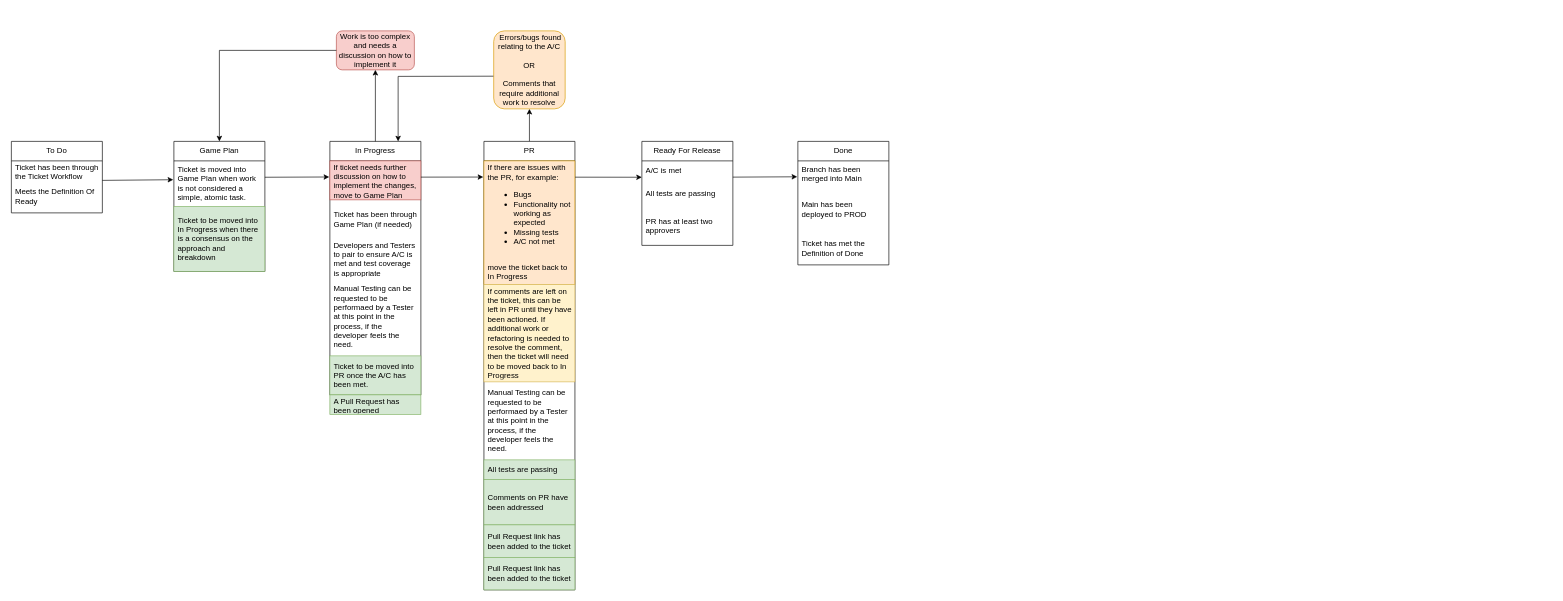
Before: Process Workflow.drawio in EmmaHawkins/test_flows, a draw.io diagram. Source tidied: cells renumbered, new cells numbered last; positions are measured from the earlier drawing's top-left corner, leaving out a move shared by most shapes. Both pictures are drawn from the tidied source at 65%, with x=0, y=0 at pixel (11, 31).
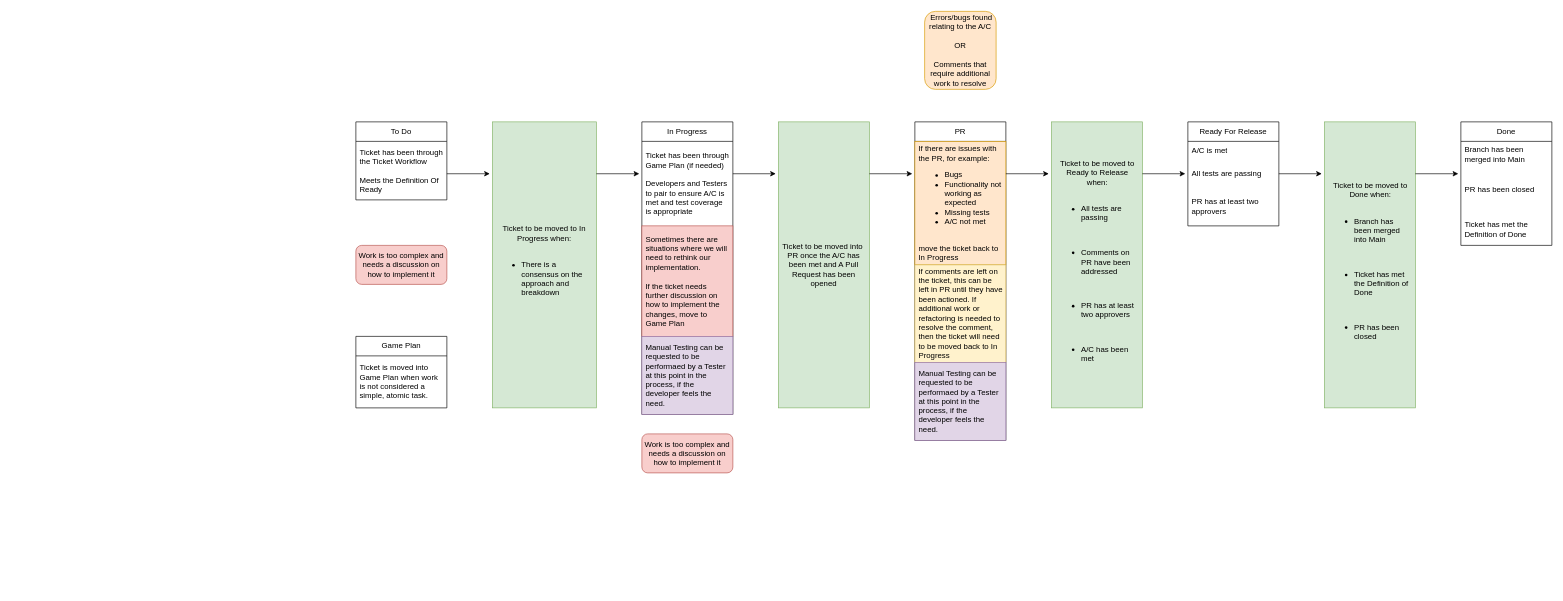
The same diagram, later.

The change refers to these unchanged cells:
```xml
<mxCell id="16" value="&lt;span style=&quot;background-color: initial;&quot;&gt;If there are issues with the PR, for example:&amp;nbsp;&lt;br&gt;&lt;ul&gt;&lt;li&gt;Bugs&lt;/li&gt;&lt;li&gt;Functionality not working as expected&lt;/li&gt;&lt;li&gt;Missing tests&lt;/li&gt;&lt;li&gt;A/C not met&lt;/li&gt;&lt;/ul&gt;&lt;/span&gt;&lt;br&gt;move the ticket back to In Progress" style="text;strokeColor=#d79b00;fillColor=#ffe6cc;align=left;verticalAlign=middle;spacingLeft=4;spacingRight=4;overflow=hidden;points=[[0,0.5],[1,0.5]];portConstraint=eastwest;whiteSpace=wrap;html=1;" parent="15" vertex="1">
  <mxGeometry y="30" width="140" height="190" as="geometry" />
</mxCell>
```

Change to the diagram source:
```diff
@@
     <mxCell id="2" value="To Do" style="swimlane;fontStyle=0;horizontal=1;startSize=30;whiteSpace=wrap;html=1;" parent="1" vertex="1">
-      <mxGeometry y="170" width="140" height="110" as="geometry" />
+      <mxGeometry x="530" y="140" width="140" height="120" as="geometry" />
     </mxCell>
-    <mxCell id="3" value="Ticket has been through the Ticket Workflow" style="text;strokeColor=none;fillColor=none;align=left;verticalAlign=middle;spacingLeft=4;spacingRight=4;overflow=hidden;whiteSpace=wrap;html=1;" parent="2" vertex="1">
-      <mxGeometry y="30" width="140" height="30" as="geometry" />
+    <mxCell id="3" value="Ticket has been through the Ticket Workflow&lt;br&gt;&lt;br&gt;Meets the Definition Of Ready" style="text;strokeColor=none;fillColor=none;align=left;verticalAlign=middle;spacingLeft=4;spacingRight=4;overflow=hidden;whiteSpace=wrap;html=1;" parent="2" vertex="1">
+      <mxGeometry y="30" width="140" height="90" as="geometry" />
     </mxCell>
-    <mxCell id="4" value="Meets the Definition Of Ready" style="text;strokeColor=none;fillColor=none;align=left;verticalAlign=middle;spacingLeft=4;spacingRight=4;overflow=hidden;whiteSpace=wrap;html=1;" parent="2" vertex="1">
-      <mxGeometry y="60" width="140" height="50" as="geometry" />
-    </mxCell>
     <mxCell id="5" value="Game Plan" style="swimlane;fontStyle=0;horizontal=1;startSize=30;whiteSpace=wrap;html=1;" parent="1" vertex="1">
-      <mxGeometry x="250" y="170" width="140" height="200" as="geometry" />
+      <mxGeometry x="530" y="470" width="140" height="110" as="geometry" />
     </mxCell>
     <mxCell id="6" value="Ticket is moved into Game Plan when work is not considered a simple, atomic task." style="text;strokeColor=none;fillColor=none;align=left;verticalAlign=middle;spacingLeft=4;spacingRight=4;overflow=hidden;points=[[0,0.5],[1,0.5]];portConstraint=eastwest;whiteSpace=wrap;html=1;" parent="5" vertex="1">
-      <mxGeometry y="30" width="140" height="70" as="geometry" />
+      <mxGeometry y="30" width="140" height="80" as="geometry" />
     </mxCell>
-    <mxCell id="7" value="Ticket to be moved into In Progress when there is a consensus on the approach and breakdown" style="text;strokeColor=#82b366;fillColor=#d5e8d4;align=left;verticalAlign=middle;spacingLeft=4;spacingRight=4;overflow=hidden;whiteSpace=wrap;html=1;" parent="5" vertex="1">
-      <mxGeometry y="100" width="140" height="100" as="geometry" />
-    </mxCell>
     <mxCell id="8" value="In Progress" style="swimlane;fontStyle=0;horizontal=1;startSize=30;whiteSpace=wrap;html=1;" parent="1" vertex="1">
-      <mxGeometry x="490" y="170" width="140" height="390" as="geometry" />
+      <mxGeometry x="970" y="140" width="140" height="450" as="geometry" />
     </mxCell>
+    <mxCell id="10" value="Ticket has been through Game Plan (if needed)&lt;br&gt;&lt;br&gt;Developers and Testers to pair to ensure A/C is met and test coverage is appropriate" style="text;strokeColor=none;fillColor=none;align=left;verticalAlign=middle;spacingLeft=4;spacingRight=4;overflow=hidden;whiteSpace=wrap;html=1;" parent="8" vertex="1">
+      <mxGeometry y="30" width="140" height="130" as="geometry" />
+    </mxCell>
-    <mxCell id="9" value="If ticket needs further discussion on how to implement the changes, move to Game Plan" style="text;strokeColor=#b85450;fillColor=#f8cecc;align=left;verticalAlign=middle;spacingLeft=4;spacingRight=4;overflow=hidden;whiteSpace=wrap;html=1;" parent="8" vertex="1">
-      <mxGeometry y="30" width="140" height="60" as="geometry" />
+    <mxCell id="9" value="Sometimes there are situations where we will need to rethink our implementation.&lt;br&gt;&lt;br&gt;If the ticket needs further discussion on how to implement the changes, move to Game Plan" style="text;strokeColor=#b85450;fillColor=#f8cecc;align=left;verticalAlign=middle;spacingLeft=4;spacingRight=4;overflow=hidden;whiteSpace=wrap;html=1;" parent="8" vertex="1">
+      <mxGeometry y="160" width="140" height="170" as="geometry" />
     </mxCell>
-    <mxCell id="10" value="Ticket has been through Game Plan (if needed)" style="text;strokeColor=none;fillColor=none;align=left;verticalAlign=middle;spacingLeft=4;spacingRight=4;overflow=hidden;whiteSpace=wrap;html=1;" parent="8" vertex="1">
-      <mxGeometry y="90" width="140" height="60" as="geometry" />
-    </mxCell>
-    <mxCell id="11" value="Developers and Testers to pair to ensure A/C is met and test coverage is appropriate" style="text;strokeColor=none;fillColor=none;align=left;verticalAlign=middle;spacingLeft=4;spacingRight=4;overflow=hidden;whiteSpace=wrap;html=1;" parent="8" vertex="1">
-      <mxGeometry y="150" width="140" height="60" as="geometry" />
-    </mxCell>
-    <mxCell id="12" value="Manual Testing can be requested to be performaed by a Tester at this point in the process, if the developer feels the need." style="text;strokeColor=none;fillColor=none;align=left;verticalAlign=middle;spacingLeft=4;spacingRight=4;overflow=hidden;whiteSpace=wrap;html=1;" parent="8" vertex="1">
-      <mxGeometry y="210" width="140" height="120" as="geometry" />
+    <mxCell id="12" value="Manual Testing can be requested to be performaed by a Tester at this point in the process, if the developer feels the need." style="text;strokeColor=#9673a6;fillColor=#e1d5e7;align=left;verticalAlign=middle;spacingLeft=4;spacingRight=4;overflow=hidden;whiteSpace=wrap;html=1;" parent="8" vertex="1">
+      <mxGeometry y="330" width="140" height="120" as="geometry" />
     </mxCell>
-    <mxCell id="13" value="Ticket to be moved into&amp;nbsp; PR once the A/C has been met." style="text;strokeColor=#82b366;fillColor=#d5e8d4;align=left;verticalAlign=middle;spacingLeft=4;spacingRight=4;overflow=hidden;whiteSpace=wrap;html=1;" parent="8" vertex="1">
-      <mxGeometry y="330" width="140" height="60" as="geometry" />
-    </mxCell>
-    <mxCell id="14" style="edgeStyle=orthogonalEdgeStyle;rounded=0;jettySize=auto;html=1;" parent="1" edge="1" source="15" target="32">
-      <mxGeometry relative="1" as="geometry" />
-    </mxCell>
     <mxCell id="15" value="PR" style="swimlane;fontStyle=0;horizontal=1;startSize=30;whiteSpace=wrap;html=1;" parent="1" vertex="1">
-      <mxGeometry x="727" y="170" width="140" height="690" as="geometry" />
+      <mxGeometry x="1390" y="140" width="140" height="490" as="geometry" />
     </mxCell>
@@
-    <mxCell id="18" value="Manual Testing can be requested to be performaed by a Tester at this point in the process, if the developer feels the need." style="text;strokeColor=none;fillColor=none;align=left;verticalAlign=middle;spacingLeft=4;spacingRight=4;overflow=hidden;whiteSpace=wrap;html=1;" parent="15" vertex="1">
+    <mxCell id="18" value="Manual Testing can be requested to be performaed by a Tester at this point in the process, if the developer feels the need." style="text;strokeColor=#9673a6;fillColor=#e1d5e7;align=left;verticalAlign=middle;spacingLeft=4;spacingRight=4;overflow=hidden;whiteSpace=wrap;html=1;" parent="15" vertex="1">
       <mxGeometry y="370" width="140" height="120" as="geometry" />
     </mxCell>
-    <mxCell id="19" value="All tests are passing" style="text;strokeColor=#82b366;fillColor=#d5e8d4;align=left;verticalAlign=middle;spacingLeft=4;spacingRight=4;overflow=hidden;whiteSpace=wrap;html=1;" parent="15" vertex="1">
-      <mxGeometry y="490" width="140" height="30" as="geometry" />
-    </mxCell>
-    <mxCell id="20" value="Comments on PR have been addressed" style="text;strokeColor=#82b366;fillColor=#d5e8d4;align=left;verticalAlign=middle;spacingLeft=4;spacingRight=4;overflow=hidden;whiteSpace=wrap;html=1;" parent="15" vertex="1">
-      <mxGeometry y="520" width="140" height="70" as="geometry" />
-    </mxCell>
-    <mxCell id="21" value="Pull Request link has been added to the ticket" style="text;strokeColor=#82b366;fillColor=#d5e8d4;align=left;verticalAlign=middle;spacingLeft=4;spacingRight=4;overflow=hidden;whiteSpace=wrap;html=1;" parent="15" vertex="1">
-      <mxGeometry y="590" width="140" height="50" as="geometry" />
-    </mxCell>
-    <mxCell id="22" value="Pull Request link has been added to the ticket" style="text;strokeColor=#82b366;fillColor=#d5e8d4;align=left;verticalAlign=middle;spacingLeft=4;spacingRight=4;overflow=hidden;whiteSpace=wrap;html=1;" parent="15" vertex="1">
-      <mxGeometry y="640" width="140" height="50" as="geometry" />
-    </mxCell>
     <mxCell id="23" value="Ready For Release" style="swimlane;fontStyle=0;horizontal=1;startSize=30;whiteSpace=wrap;html=1;" parent="1" vertex="1">
-      <mxGeometry x="970" y="170" width="140" height="160" as="geometry" />
+      <mxGeometry x="1810" y="140" width="140" height="160" as="geometry" />
     </mxCell>
@@
     <mxCell id="27" value="Done" style="swimlane;fontStyle=0;horizontal=1;startSize=30;whiteSpace=wrap;html=1;" parent="1" vertex="1">
-      <mxGeometry x="1210" y="170" width="140" height="190" as="geometry" />
+      <mxGeometry x="2230" y="140" width="140" height="190" as="geometry" />
     </mxCell>
@@
-    <mxCell id="29" value="Main has been deployed to PROD" style="text;strokeColor=none;fillColor=none;align=left;verticalAlign=middle;spacingLeft=4;spacingRight=4;overflow=hidden;whiteSpace=wrap;html=1;" parent="27" vertex="1">
+    <mxCell id="29" value="PR has been closed" style="text;strokeColor=none;fillColor=none;align=left;verticalAlign=middle;spacingLeft=4;spacingRight=4;overflow=hidden;whiteSpace=wrap;html=1;" parent="27" vertex="1">
       <mxGeometry y="70" width="140" height="70" as="geometry" />
     </mxCell>
@@
-    <mxCell id="31" value="Work is too complex and needs a discussion on how to implement it" style="rounded=1;whiteSpace=wrap;html=1;fillColor=#f8cecc;strokeColor=#b85450;" parent="1" vertex="1">
-      <mxGeometry x="500" width="120" height="60" as="geometry" />
-    </mxCell>
     <mxCell id="32" value="&amp;nbsp;Errors/bugs found relating to the A/C&lt;br&gt;&lt;br&gt;OR&lt;br&gt;&lt;br&gt;Comments that require additional work to resolve" style="rounded=1;whiteSpace=wrap;html=1;fillColor=#ffe6cc;strokeColor=#d79b00;" parent="1" vertex="1">
-      <mxGeometry x="742" width="110" height="120" as="geometry" />
+      <mxGeometry x="1405" y="-30" width="110" height="120" as="geometry" />
     </mxCell>
-    <mxCell id="33" style="endArrow=classic;html=1;rounded=0;exitX=0;exitY=0.5;exitDx=0;exitDy=0;entryX=0.5;entryY=0;entryDx=0;entryDy=0;" parent="1" edge="1" source="31" target="5">
-      <mxGeometry relative="1" as="geometry">
-        <Array as="points">
-          <mxPoint x="320" y="30" />
-        </Array>
-      </mxGeometry>
-    </mxCell>
-    <mxCell id="34" style="endArrow=classic;html=1;rounded=0;entryX=0.5;entryY=1;entryDx=0;entryDy=0;exitX=0.5;exitY=0;exitDx=0;exitDy=0;" parent="1" edge="1" source="8" target="31">
-      <mxGeometry relative="1" as="geometry" />
-    </mxCell>
-    <mxCell id="35" style="endArrow=classic;html=1;rounded=0;entryX=-0.007;entryY=0.414;entryDx=0;entryDy=0;entryPerimeter=0;" parent="1" edge="1" target="6">
-      <mxGeometry relative="1" as="geometry">
-        <mxPoint x="140" y="230" as="sourcePoint" />
-      </mxGeometry>
-    </mxCell>
-    <mxCell id="36" style="endArrow=classic;html=1;rounded=0;" parent="1" edge="1">
-      <mxGeometry relative="1" as="geometry">
-        <mxPoint x="390" y="225.2" as="sourcePoint" />
-        <mxPoint x="489" y="224.8" as="targetPoint" />
-      </mxGeometry>
-    </mxCell>
-    <mxCell id="37" style="endArrow=classic;html=1;rounded=0;entryX=-0.007;entryY=0.131;entryDx=0;entryDy=0;entryPerimeter=0;" parent="1" edge="1" target="16">
-      <mxGeometry relative="1" as="geometry">
-        <mxPoint x="630" y="225" as="sourcePoint" />
-      </mxGeometry>
-    </mxCell>
-    <mxCell id="38" style="endArrow=classic;html=1;rounded=0;exitX=1.003;exitY=0.132;exitDx=0;exitDy=0;exitPerimeter=0;" parent="1" edge="1" source="16">
-      <mxGeometry relative="1" as="geometry">
-        <mxPoint x="970" y="225.2" as="targetPoint" />
-      </mxGeometry>
-    </mxCell>
-    <mxCell id="39" style="endArrow=classic;html=1;rounded=0;" parent="1" edge="1">
-      <mxGeometry relative="1" as="geometry">
-        <mxPoint x="1110" y="225" as="sourcePoint" />
-        <mxPoint x="1209" y="224.5" as="targetPoint" />
-      </mxGeometry>
-    </mxCell>
-    <mxCell id="40" style="endArrow=classic;html=1;rounded=0;entryX=0.75;entryY=0;entryDx=0;entryDy=0;exitX=-0.004;exitY=0.581;exitDx=0;exitDy=0;exitPerimeter=0;" parent="1" edge="1" source="32" target="8">
-      <mxGeometry relative="1" as="geometry">
-        <Array as="points">
-          <mxPoint x="595" y="70" />
-        </Array>
-      </mxGeometry>
-    </mxCell>
-    <mxCell id="41" value="A Pull Request has been opened" style="text;strokeColor=#82b366;fillColor=#d5e8d4;align=left;verticalAlign=middle;spacingLeft=4;spacingRight=4;overflow=hidden;whiteSpace=wrap;html=1;" parent="1" vertex="1">
-      <mxGeometry x="490" y="560" width="140" height="30" as="geometry" />
-    </mxCell>
+    <mxCell id="42" value="Work is too complex and needs a discussion on how to implement it" style="rounded=1;whiteSpace=wrap;html=1;fillColor=#f8cecc;strokeColor=#b85450;" parent="1" vertex="1">
+      <mxGeometry x="530" y="330" width="140" height="60" as="geometry" />
+    </mxCell>
+    <mxCell id="43" value="Ticket to be moved to In Progress when:&lt;br&gt;&lt;br&gt;&lt;ul&gt;&lt;li style=&quot;text-align: left;&quot;&gt;There is a consensus on the approach and breakdown&lt;br&gt;&lt;/li&gt;&lt;/ul&gt;" style="text;strokeColor=#82b366;fillColor=#d5e8d4;align=center;verticalAlign=middle;spacingLeft=4;spacingRight=4;overflow=hidden;whiteSpace=wrap;html=1;" parent="1" vertex="1">
+      <mxGeometry x="740" y="140" width="160" height="440" as="geometry" />
+    </mxCell>
+    <mxCell id="13" value="Ticket to be moved into&amp;nbsp; PR once the A/C has been met and A Pull Request has been opened" style="text;strokeColor=#82b366;fillColor=#d5e8d4;align=center;verticalAlign=middle;spacingLeft=4;spacingRight=4;overflow=hidden;whiteSpace=wrap;html=1;" parent="1" vertex="1">
+      <mxGeometry x="1180" y="140" width="140" height="440" as="geometry" />
+    </mxCell>
+    <mxCell id="20" value="&lt;div style=&quot;text-align: center;&quot;&gt;&lt;span style=&quot;background-color: initial;&quot;&gt;Ticket to be moved to Ready to Release when:&lt;/span&gt;&lt;/div&gt;&lt;br&gt;&lt;ul&gt;&lt;li&gt;All tests are passing&lt;/li&gt;&lt;/ul&gt;&lt;div&gt;&lt;br&gt;&lt;/div&gt;&lt;ul&gt;&lt;li&gt;Comments on PR have been addressed&lt;/li&gt;&lt;/ul&gt;&lt;div&gt;&lt;br&gt;&lt;/div&gt;&lt;ul&gt;&lt;li&gt;PR has at least two approvers&lt;/li&gt;&lt;/ul&gt;&lt;div&gt;&lt;br&gt;&lt;/div&gt;&lt;ul&gt;&lt;li&gt;A/C has been met&lt;/li&gt;&lt;/ul&gt;" style="text;strokeColor=#82b366;fillColor=#d5e8d4;align=left;verticalAlign=middle;spacingLeft=4;spacingRight=4;overflow=hidden;whiteSpace=wrap;html=1;" parent="1" vertex="1">
+      <mxGeometry x="1600" y="140" width="140" height="440" as="geometry" />
+    </mxCell>
+    <mxCell id="44" value="&lt;div style=&quot;text-align: center;&quot;&gt;&lt;span style=&quot;background-color: initial;&quot;&gt;Ticket to be moved to Done when:&lt;/span&gt;&lt;/div&gt;&lt;br&gt;&lt;ul&gt;&lt;li&gt;Branch has been merged into Main&lt;/li&gt;&lt;/ul&gt;&lt;br&gt;&lt;ul&gt;&lt;li&gt;Ticket has met the Definition of Done&lt;/li&gt;&lt;/ul&gt;&lt;div&gt;&lt;br&gt;&lt;/div&gt;&lt;div&gt;&lt;ul&gt;&lt;li&gt;PR has been closed&lt;/li&gt;&lt;/ul&gt;&lt;/div&gt;" style="text;strokeColor=#82b366;fillColor=#d5e8d4;align=left;verticalAlign=middle;spacingLeft=4;spacingRight=4;overflow=hidden;whiteSpace=wrap;html=1;" parent="1" vertex="1">
+      <mxGeometry x="2020" y="140" width="140" height="440" as="geometry" />
+    </mxCell>
+    <mxCell id="45" value="Work is too complex and needs a discussion on how to implement it" style="rounded=1;whiteSpace=wrap;html=1;fillColor=#f8cecc;strokeColor=#b85450;" parent="1" vertex="1">
+      <mxGeometry x="970" y="620" width="140" height="60" as="geometry" />
+    </mxCell>
+    <mxCell id="46" style="edgeStyle=orthogonalEdgeStyle;rounded=0;orthogonalLoop=1;jettySize=auto;html=1;exitX=1;exitY=0.5;exitDx=0;exitDy=0;entryX=-0.024;entryY=0.17;entryDx=0;entryDy=0;entryPerimeter=0;" parent="1" edge="1">
+      <mxGeometry relative="1" as="geometry">
+        <mxPoint x="900" y="219.8" as="sourcePoint" />
+        <mxPoint x="966" y="219.8" as="targetPoint" />
+      </mxGeometry>
+    </mxCell>
+    <mxCell id="47" style="edgeStyle=orthogonalEdgeStyle;rounded=0;orthogonalLoop=1;jettySize=auto;html=1;exitX=1;exitY=0.5;exitDx=0;exitDy=0;entryX=-0.024;entryY=0.17;entryDx=0;entryDy=0;entryPerimeter=0;" parent="1" edge="1">
+      <mxGeometry relative="1" as="geometry">
+        <mxPoint x="670" y="219.8" as="sourcePoint" />
+        <mxPoint x="736" y="219.8" as="targetPoint" />
+      </mxGeometry>
+    </mxCell>
+    <mxCell id="48" style="edgeStyle=orthogonalEdgeStyle;rounded=0;orthogonalLoop=1;jettySize=auto;html=1;exitX=1;exitY=0.5;exitDx=0;exitDy=0;entryX=-0.024;entryY=0.17;entryDx=0;entryDy=0;entryPerimeter=0;" parent="1" edge="1">
+      <mxGeometry relative="1" as="geometry">
+        <mxPoint x="1110" y="219.8" as="sourcePoint" />
+        <mxPoint x="1176" y="219.8" as="targetPoint" />
+      </mxGeometry>
+    </mxCell>
+    <mxCell id="49" style="edgeStyle=orthogonalEdgeStyle;rounded=0;orthogonalLoop=1;jettySize=auto;html=1;exitX=1;exitY=0.5;exitDx=0;exitDy=0;entryX=-0.024;entryY=0.17;entryDx=0;entryDy=0;entryPerimeter=0;" parent="1" edge="1">
+      <mxGeometry relative="1" as="geometry">
+        <mxPoint x="1320" y="219.8" as="sourcePoint" />
+        <mxPoint x="1386" y="219.8" as="targetPoint" />
+      </mxGeometry>
+    </mxCell>
+    <mxCell id="50" style="edgeStyle=orthogonalEdgeStyle;rounded=0;orthogonalLoop=1;jettySize=auto;html=1;exitX=1;exitY=0.5;exitDx=0;exitDy=0;entryX=-0.024;entryY=0.17;entryDx=0;entryDy=0;entryPerimeter=0;" parent="1" edge="1">
+      <mxGeometry relative="1" as="geometry">
+        <mxPoint x="1530" y="219.8" as="sourcePoint" />
+        <mxPoint x="1596" y="219.8" as="targetPoint" />
+      </mxGeometry>
+    </mxCell>
+    <mxCell id="51" style="edgeStyle=orthogonalEdgeStyle;rounded=0;orthogonalLoop=1;jettySize=auto;html=1;exitX=1;exitY=0.5;exitDx=0;exitDy=0;entryX=-0.024;entryY=0.17;entryDx=0;entryDy=0;entryPerimeter=0;" parent="1" edge="1">
+      <mxGeometry relative="1" as="geometry">
+        <mxPoint x="1740" y="219.8" as="sourcePoint" />
+        <mxPoint x="1806" y="219.8" as="targetPoint" />
+      </mxGeometry>
+    </mxCell>
+    <mxCell id="52" style="edgeStyle=orthogonalEdgeStyle;rounded=0;orthogonalLoop=1;jettySize=auto;html=1;exitX=1;exitY=0.5;exitDx=0;exitDy=0;entryX=-0.024;entryY=0.17;entryDx=0;entryDy=0;entryPerimeter=0;" parent="1" edge="1">
+      <mxGeometry relative="1" as="geometry">
+        <mxPoint x="1950" y="219.8" as="sourcePoint" />
+        <mxPoint x="2016" y="219.8" as="targetPoint" />
+      </mxGeometry>
+    </mxCell>
+    <mxCell id="53" style="edgeStyle=orthogonalEdgeStyle;rounded=0;orthogonalLoop=1;jettySize=auto;html=1;exitX=1;exitY=0.5;exitDx=0;exitDy=0;entryX=-0.024;entryY=0.17;entryDx=0;entryDy=0;entryPerimeter=0;" parent="1" edge="1">
+      <mxGeometry relative="1" as="geometry">
+        <mxPoint x="2160" y="219.8" as="sourcePoint" />
+        <mxPoint x="2226" y="219.8" as="targetPoint" />
+      </mxGeometry>
+    </mxCell>
```
